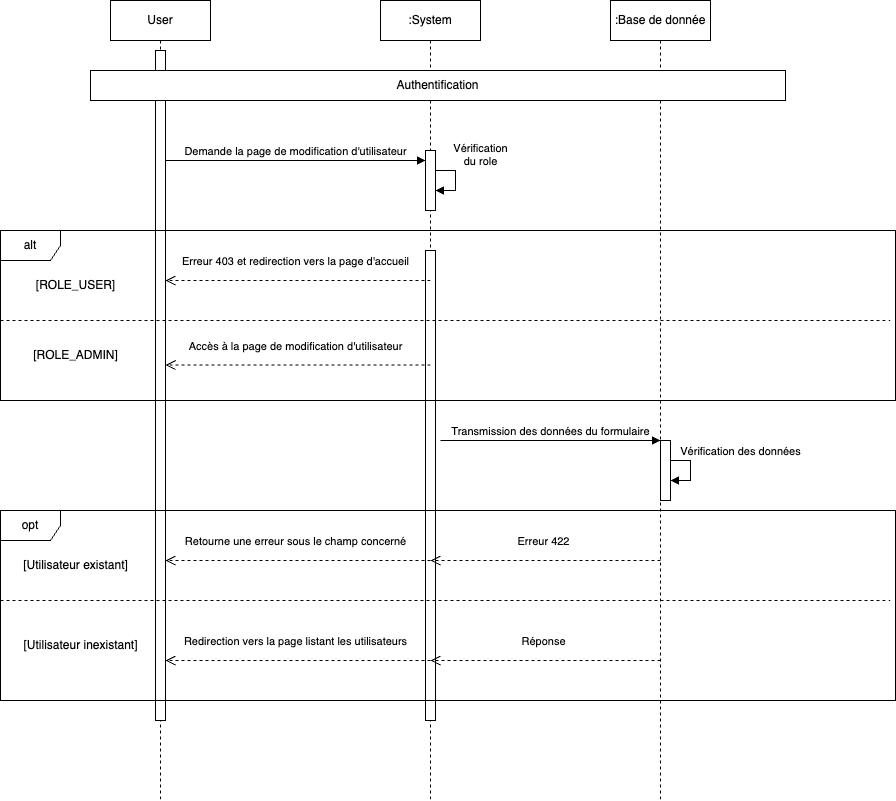
The draw.io diagram documentation/diagrams/CreateUserSequence.png in nicolascastagna/ToDo-Co, before a commit. Source tidied: cells renumbered, new cells last; positions are measured from the earlier drawing's top-left corner, leaving out a move shared by most shapes.
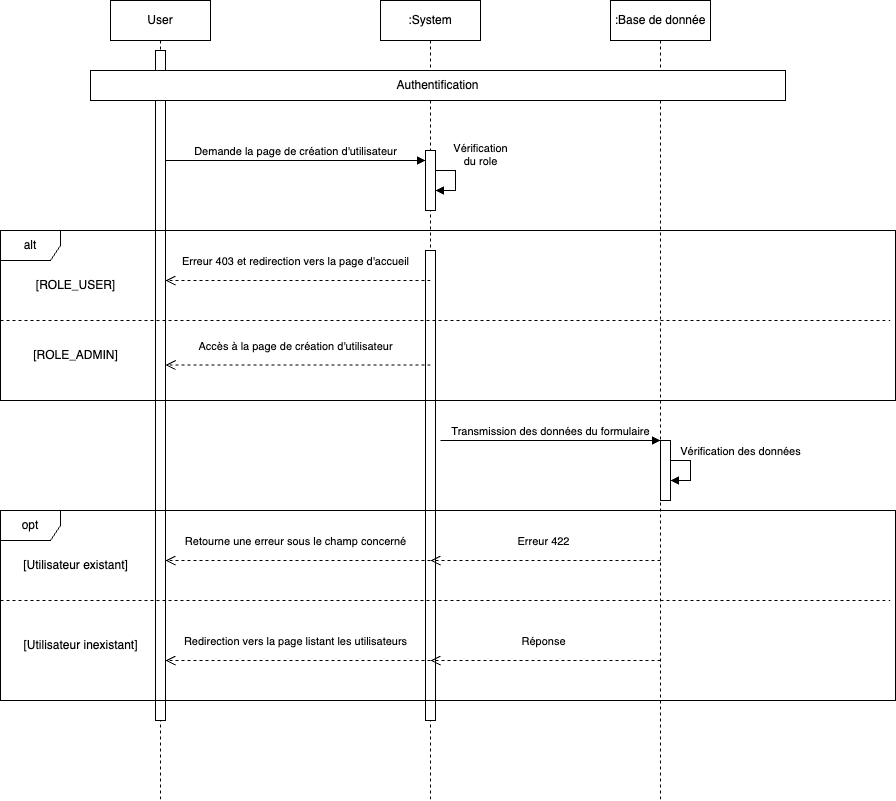
The same diagram one commit later.

Diff of the diagram source:
```diff
@@ -24,7 +24,7 @@
     <mxCell id="7" style="html=1;perimeter=orthogonalPerimeter;targetShapes=umlLifeline;newEdgeStyle={&quot;edgeStyle&quot;:&quot;elbowEdgeStyle&quot;,&quot;elbow&quot;:&quot;vertical&quot;,&quot;curved&quot;:0,&quot;rounded&quot;:0};" parent="4" vertex="1">
       <mxGeometry x="45" y="250" width="10" height="470" as="geometry" />
     </mxCell>
-    <mxCell id="8" value="Demande la page de modification d'utilisateur" style="html=1;verticalAlign=bottom;endArrow=block;edgeStyle=elbowEdgeStyle;elbow=horizontal;curved=0;rounded=0;" parent="1" edge="1">
+    <mxCell id="8" value="Demande la page de création d'utilisateur" style="html=1;verticalAlign=bottom;endArrow=block;edgeStyle=elbowEdgeStyle;elbow=horizontal;curved=0;rounded=0;" parent="1" edge="1">
       <mxGeometry relative="1" as="geometry">
         <mxPoint x="165" y="160" as="sourcePoint" />
         <mxPoint x="425" y="160" as="targetPoint" />
@@ -67,7 +67,7 @@
         </Array>
       </mxGeometry>
     </mxCell>
-    <mxCell id="16" value="Accès à la page de modification d'utilisateur" style="html=1;verticalAlign=bottom;endArrow=open;dashed=1;endSize=8;edgeStyle=elbowEdgeStyle;elbow=vertical;curved=0;rounded=0;entryX=1.5;entryY=0.299;entryDx=0;entryDy=0;entryPerimeter=0;" parent="1" edge="1">
+    <mxCell id="16" value="Accès à la page de création d'utilisateur" style="html=1;verticalAlign=bottom;endArrow=open;dashed=1;endSize=8;edgeStyle=elbowEdgeStyle;elbow=vertical;curved=0;rounded=0;entryX=1.5;entryY=0.299;entryDx=0;entryDy=0;entryPerimeter=0;" parent="1" edge="1">
       <mxGeometry x="0.02" y="-10" relative="1" as="geometry">
         <mxPoint x="430" y="364.5" as="sourcePoint" />
         <mxPoint x="165" y="364.5" as="targetPoint" />
```
